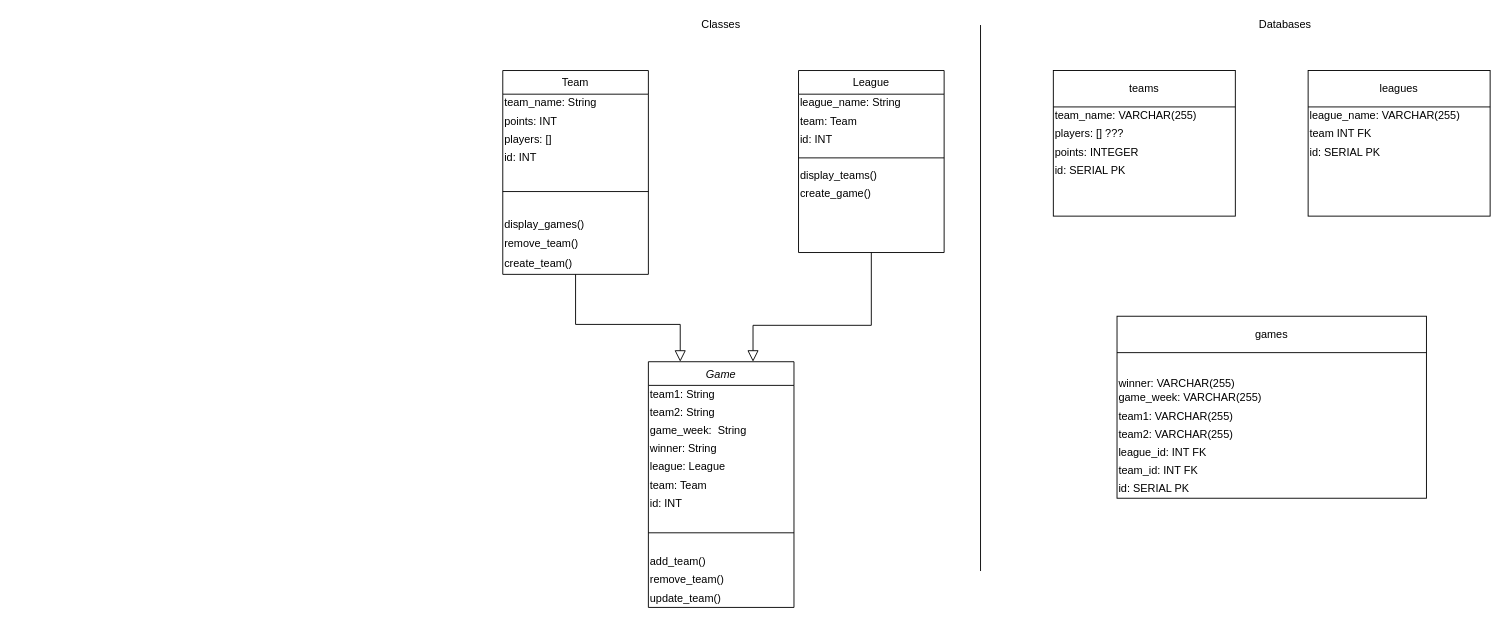
The draw.io diagram diagrams_and_templates/classes_databases_diagram.drawio in ckite82/solo_project_sports_score_app, before the edit. Source tidied: cells renumbered, new cells numbered last; positions are measured from the earlier drawing's top-left corner, leaving out a move shared by most shapes. Both pictures are drawn from the tidied source at 91%, with x=0, y=0 at pixel (502, 15).
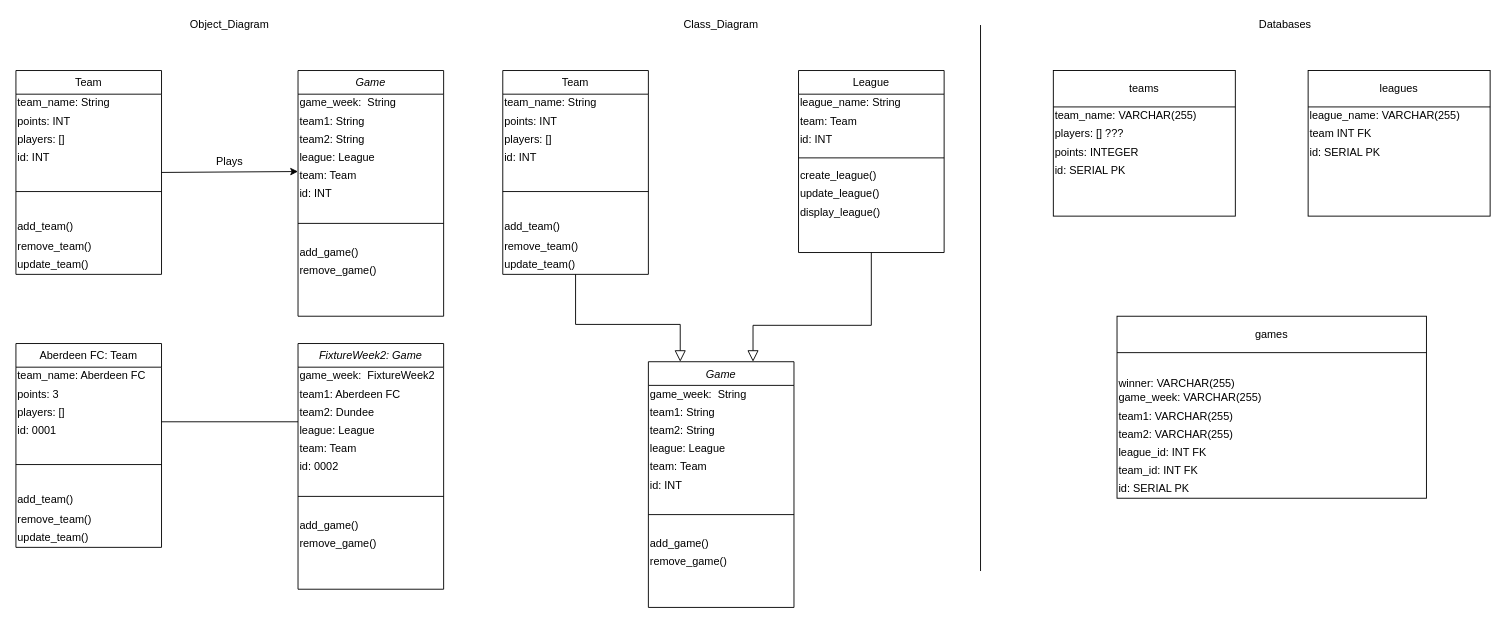
After the change.

The change refers to these unchanged cells:
```xml
<mxCell id="15" value="Team" style="swimlane;fontStyle=0;align=center;verticalAlign=top;horizontal=1;startSize=26;rounded=0;shadow=0;strokeWidth=1;" parent="1" vertex="1">
  <mxGeometry y="60" width="160" height="224" as="geometry" />
</mxCell>
<mxCell id="24" value="Game" style="swimlane;fontStyle=2;align=center;verticalAlign=top;horizontal=1;startSize=26;rounded=0;shadow=0;strokeWidth=1;" parent="1" vertex="1">
  <mxGeometry x="160" y="380" width="160" height="270" as="geometry" />
</mxCell>
<mxCell id="46" value="League" style="swimlane;fontStyle=0;align=center;verticalAlign=top;horizontal=1;startSize=26;rounded=0;shadow=0;strokeWidth=1;" parent="1" vertex="1">
  <mxGeometry x="325" y="60" width="160" height="200" as="geometry" />
</mxCell>
```

Change to the diagram source:
```diff
@@
-    <mxCell id="5" value="Classes" style="text;html=1;strokeColor=none;fillColor=none;align=center;verticalAlign=middle;whiteSpace=wrap;rounded=0;" parent="1" vertex="1">
+    <mxCell id="5" value="Class_Diagram" style="text;html=1;strokeColor=none;fillColor=none;align=center;verticalAlign=middle;whiteSpace=wrap;rounded=0;" parent="1" vertex="1">
       <mxGeometry x="165" width="150" height="20" as="geometry" />
     </mxCell>
@@
-    <mxCell id="21" value="display_games()" style="text;html=1;strokeColor=none;fillColor=none;align=left;verticalAlign=middle;whiteSpace=wrap;rounded=0;" parent="15" vertex="1">
-      <mxGeometry y="160" width="160" height="20" as="geometry" />
-    </mxCell>
-    <mxCell id="22" value="remove_team()" style="text;html=1;strokeColor=none;fillColor=none;align=left;verticalAlign=middle;whiteSpace=wrap;rounded=0;" parent="15" vertex="1">
-      <mxGeometry y="180" width="160" height="20" as="geometry" />
-    </mxCell>
-    <mxCell id="23" value="create_team()" style="text;html=1;strokeColor=none;fillColor=none;align=left;verticalAlign=middle;whiteSpace=wrap;rounded=0;" parent="15" vertex="1">
-      <mxGeometry y="200" width="160" height="24" as="geometry" />
-    </mxCell>
+    <mxCell id="58" value="add_team()" style="text;html=1;strokeColor=none;fillColor=none;align=left;verticalAlign=middle;whiteSpace=wrap;rounded=0;" parent="15" vertex="1">
+      <mxGeometry y="160" width="160" height="24" as="geometry" />
+    </mxCell>
+    <mxCell id="59" value="remove_team()" style="text;html=1;strokeColor=none;fillColor=none;align=left;verticalAlign=middle;whiteSpace=wrap;rounded=0;" parent="15" vertex="1">
+      <mxGeometry y="184" width="160" height="20" as="geometry" />
+    </mxCell>
+    <mxCell id="60" value="update_team()" style="text;html=1;strokeColor=none;fillColor=none;align=left;verticalAlign=middle;whiteSpace=wrap;rounded=0;" parent="15" vertex="1">
+      <mxGeometry y="204" width="160" height="20" as="geometry" />
+    </mxCell>
@@
+    <mxCell id="27" value="game_week:&amp;nbsp; String" style="text;html=1;align=left;verticalAlign=middle;whiteSpace=wrap;rounded=0;" parent="24" vertex="1">
+      <mxGeometry y="26" width="160" height="20" as="geometry" />
+    </mxCell>
     <mxCell id="25" value="team1: String" style="text;html=1;align=left;verticalAlign=middle;whiteSpace=wrap;rounded=0;" parent="24" vertex="1">
-      <mxGeometry y="26" width="160" height="20" as="geometry" />
+      <mxGeometry y="46" width="160" height="20" as="geometry" />
     </mxCell>
     <mxCell id="26" value="team2: String" style="text;html=1;align=left;verticalAlign=middle;whiteSpace=wrap;rounded=0;" parent="24" vertex="1">
-      <mxGeometry y="46" width="160" height="20" as="geometry" />
+      <mxGeometry y="66" width="160" height="20" as="geometry" />
     </mxCell>
-    <mxCell id="27" value="game_week:&amp;nbsp; String" style="text;html=1;align=left;verticalAlign=middle;whiteSpace=wrap;rounded=0;" parent="24" vertex="1">
-      <mxGeometry y="66" width="160" height="20" as="geometry" />
-    </mxCell>
-    <mxCell id="28" value="winner: String" style="text;html=1;align=left;verticalAlign=middle;whiteSpace=wrap;rounded=0;" parent="24" vertex="1">
-      <mxGeometry y="86" width="160" height="20" as="geometry" />
-    </mxCell>
     <mxCell id="29" value="league: League" style="text;html=1;strokeColor=none;fillColor=none;align=left;verticalAlign=middle;whiteSpace=wrap;rounded=0;" parent="24" vertex="1">
-      <mxGeometry y="106" width="160" height="20" as="geometry" />
+      <mxGeometry y="86" width="160" height="20" as="geometry" />
     </mxCell>
     <mxCell id="30" value="team: Team" style="text;html=1;strokeColor=none;fillColor=none;align=left;verticalAlign=middle;whiteSpace=wrap;rounded=0;" parent="24" vertex="1">
-      <mxGeometry y="126" width="160" height="20" as="geometry" />
+      <mxGeometry y="106" width="160" height="20" as="geometry" />
     </mxCell>
     <mxCell id="31" value="id: INT" style="text;html=1;strokeColor=none;fillColor=none;align=left;verticalAlign=middle;whiteSpace=wrap;rounded=0;" parent="24" vertex="1">
-      <mxGeometry y="146" width="160" height="20" as="geometry" />
+      <mxGeometry y="126" width="160" height="20" as="geometry" />
     </mxCell>
     <mxCell id="32" style="line;html=1;strokeWidth=1;align=left;verticalAlign=middle;spacingTop=-1;spacingLeft=3;spacingRight=3;labelPosition=right;" parent="24" vertex="1">
-      <mxGeometry y="166" width="160" height="44" as="geometry" />
+      <mxGeometry y="146" width="160" height="44" as="geometry" />
     </mxCell>
-    <mxCell id="33" value="add_team()" style="text;html=1;strokeColor=none;fillColor=none;align=left;verticalAlign=middle;whiteSpace=wrap;rounded=0;" parent="24" vertex="1">
-      <mxGeometry y="210" width="160" height="20" as="geometry" />
-    </mxCell>
-    <mxCell id="34" value="remove_team()" style="text;html=1;strokeColor=none;fillColor=none;align=left;verticalAlign=middle;whiteSpace=wrap;rounded=0;" parent="24" vertex="1">
-      <mxGeometry y="230" width="160" height="20" as="geometry" />
-    </mxCell>
-    <mxCell id="35" value="update_team()" style="text;html=1;strokeColor=none;fillColor=none;align=left;verticalAlign=middle;whiteSpace=wrap;rounded=0;" parent="24" vertex="1">
-      <mxGeometry y="250" width="160" height="20" as="geometry" />
-    </mxCell>
+    <mxCell id="61" value="add_game()" style="text;html=1;strokeColor=none;fillColor=none;align=left;verticalAlign=middle;whiteSpace=wrap;rounded=0;" parent="24" vertex="1">
+      <mxGeometry y="190" width="160" height="20" as="geometry" />
+    </mxCell>
+    <mxCell id="62" value="remove_game()" style="text;html=1;strokeColor=none;fillColor=none;align=left;verticalAlign=middle;whiteSpace=wrap;rounded=0;" parent="24" vertex="1">
+      <mxGeometry y="210" width="160" height="20" as="geometry" />
+    </mxCell>
@@
+    <mxCell id="52" value="create_league()" style="text;html=1;strokeColor=none;fillColor=none;align=left;verticalAlign=middle;whiteSpace=wrap;rounded=0;" parent="46" vertex="1">
+      <mxGeometry y="106" width="160" height="20" as="geometry" />
+    </mxCell>
+    <mxCell id="63" value="update_league()" style="text;html=1;strokeColor=none;fillColor=none;align=left;verticalAlign=middle;whiteSpace=wrap;rounded=0;" parent="46" vertex="1">
+      <mxGeometry y="126" width="160" height="20" as="geometry" />
+    </mxCell>
-    <mxCell id="51" value="display_teams()" style="text;html=1;strokeColor=none;fillColor=none;align=left;verticalAlign=middle;whiteSpace=wrap;rounded=0;" parent="46" vertex="1">
-      <mxGeometry y="106" width="160" height="20" as="geometry" />
+    <mxCell id="51" value="display_league()" style="text;html=1;strokeColor=none;fillColor=none;align=left;verticalAlign=middle;whiteSpace=wrap;rounded=0;" parent="46" vertex="1">
+      <mxGeometry y="146" width="160" height="20" as="geometry" />
     </mxCell>
-    <mxCell id="52" value="create_game()" style="text;html=1;strokeColor=none;fillColor=none;align=left;verticalAlign=middle;whiteSpace=wrap;rounded=0;" parent="46" vertex="1">
-      <mxGeometry y="126" width="160" height="20" as="geometry" />
-    </mxCell>
@@
+    <mxCell id="64" value="Team" style="swimlane;fontStyle=0;align=center;verticalAlign=top;horizontal=1;startSize=26;rounded=0;shadow=0;strokeWidth=1;" parent="1" vertex="1">
+      <mxGeometry x="-535" y="60" width="160" height="224" as="geometry" />
+    </mxCell>
+    <mxCell id="65" value="team_name: String" style="text;html=1;strokeColor=none;fillColor=none;align=left;verticalAlign=middle;whiteSpace=wrap;rounded=0;" parent="64" vertex="1">
+      <mxGeometry y="26" width="160" height="20" as="geometry" />
+    </mxCell>
+    <mxCell id="66" value="points: INT" style="text;html=1;strokeColor=none;fillColor=none;align=left;verticalAlign=middle;whiteSpace=wrap;rounded=0;" parent="64" vertex="1">
+      <mxGeometry y="46" width="160" height="20" as="geometry" />
+    </mxCell>
+    <mxCell id="67" value="players: []" style="text;html=1;strokeColor=none;fillColor=none;align=left;verticalAlign=middle;whiteSpace=wrap;rounded=0;" parent="64" vertex="1">
+      <mxGeometry y="66" width="160" height="20" as="geometry" />
+    </mxCell>
+    <mxCell id="68" value="id: INT" style="text;html=1;strokeColor=none;fillColor=none;align=left;verticalAlign=middle;whiteSpace=wrap;rounded=0;" parent="64" vertex="1">
+      <mxGeometry y="86" width="160" height="20" as="geometry" />
+    </mxCell>
+    <mxCell id="69" style="line;html=1;strokeWidth=1;align=left;verticalAlign=middle;spacingTop=-1;spacingLeft=3;spacingRight=3;labelPosition=right;" parent="64" vertex="1">
+      <mxGeometry y="106" width="160" height="54" as="geometry" />
+    </mxCell>
+    <mxCell id="70" value="add_team()" style="text;html=1;strokeColor=none;fillColor=none;align=left;verticalAlign=middle;whiteSpace=wrap;rounded=0;" parent="64" vertex="1">
+      <mxGeometry y="160" width="160" height="24" as="geometry" />
+    </mxCell>
+    <mxCell id="71" value="remove_team()" style="text;html=1;strokeColor=none;fillColor=none;align=left;verticalAlign=middle;whiteSpace=wrap;rounded=0;" parent="64" vertex="1">
+      <mxGeometry y="184" width="160" height="20" as="geometry" />
+    </mxCell>
+    <mxCell id="72" value="update_team()" style="text;html=1;strokeColor=none;fillColor=none;align=left;verticalAlign=middle;whiteSpace=wrap;rounded=0;" parent="64" vertex="1">
+      <mxGeometry y="204" width="160" height="20" as="geometry" />
+    </mxCell>
+    <mxCell id="73" value="Game" style="swimlane;fontStyle=2;align=center;verticalAlign=top;horizontal=1;startSize=26;rounded=0;shadow=0;strokeWidth=1;" parent="1" vertex="1">
+      <mxGeometry x="-225" y="60" width="160" height="270" as="geometry" />
+    </mxCell>
+    <mxCell id="74" value="game_week:&amp;nbsp; String" style="text;html=1;align=left;verticalAlign=middle;whiteSpace=wrap;rounded=0;" parent="73" vertex="1">
+      <mxGeometry y="26" width="160" height="20" as="geometry" />
+    </mxCell>
+    <mxCell id="75" value="team1: String" style="text;html=1;align=left;verticalAlign=middle;whiteSpace=wrap;rounded=0;" parent="73" vertex="1">
+      <mxGeometry y="46" width="160" height="20" as="geometry" />
+    </mxCell>
+    <mxCell id="76" value="team2: String" style="text;html=1;align=left;verticalAlign=middle;whiteSpace=wrap;rounded=0;" parent="73" vertex="1">
+      <mxGeometry y="66" width="160" height="20" as="geometry" />
+    </mxCell>
+    <mxCell id="77" value="league: League" style="text;html=1;strokeColor=none;fillColor=none;align=left;verticalAlign=middle;whiteSpace=wrap;rounded=0;" parent="73" vertex="1">
+      <mxGeometry y="86" width="160" height="20" as="geometry" />
+    </mxCell>
+    <mxCell id="78" value="team: Team" style="text;html=1;strokeColor=none;fillColor=none;align=left;verticalAlign=middle;whiteSpace=wrap;rounded=0;" parent="73" vertex="1">
+      <mxGeometry y="106" width="160" height="20" as="geometry" />
+    </mxCell>
+    <mxCell id="79" value="id: INT" style="text;html=1;strokeColor=none;fillColor=none;align=left;verticalAlign=middle;whiteSpace=wrap;rounded=0;" parent="73" vertex="1">
+      <mxGeometry y="126" width="160" height="20" as="geometry" />
+    </mxCell>
+    <mxCell id="80" style="line;html=1;strokeWidth=1;align=left;verticalAlign=middle;spacingTop=-1;spacingLeft=3;spacingRight=3;labelPosition=right;" parent="73" vertex="1">
+      <mxGeometry y="146" width="160" height="44" as="geometry" />
+    </mxCell>
+    <mxCell id="81" value="add_game()" style="text;html=1;strokeColor=none;fillColor=none;align=left;verticalAlign=middle;whiteSpace=wrap;rounded=0;" parent="73" vertex="1">
+      <mxGeometry y="190" width="160" height="20" as="geometry" />
+    </mxCell>
+    <mxCell id="82" value="remove_game()" style="text;html=1;strokeColor=none;fillColor=none;align=left;verticalAlign=middle;whiteSpace=wrap;rounded=0;" parent="73" vertex="1">
+      <mxGeometry y="210" width="160" height="20" as="geometry" />
+    </mxCell>
+    <mxCell id="83" value="Object_Diagram" style="text;html=1;strokeColor=none;fillColor=none;align=center;verticalAlign=middle;whiteSpace=wrap;rounded=0;" parent="1" vertex="1">
+      <mxGeometry x="-365" width="130" height="20" as="geometry" />
+    </mxCell>
+    <mxCell id="84" value="Aberdeen FC: Team" style="swimlane;fontStyle=0;align=center;verticalAlign=top;horizontal=1;startSize=26;rounded=0;shadow=0;strokeWidth=1;" parent="1" vertex="1">
+      <mxGeometry x="-535" y="360" width="160" height="224" as="geometry" />
+    </mxCell>
+    <mxCell id="85" value="team_name: Aberdeen FC" style="text;html=1;strokeColor=none;fillColor=none;align=left;verticalAlign=middle;whiteSpace=wrap;rounded=0;" parent="84" vertex="1">
+      <mxGeometry y="26" width="160" height="20" as="geometry" />
+    </mxCell>
+    <mxCell id="86" value="points: 3" style="text;html=1;strokeColor=none;fillColor=none;align=left;verticalAlign=middle;whiteSpace=wrap;rounded=0;" parent="84" vertex="1">
+      <mxGeometry y="46" width="160" height="20" as="geometry" />
+    </mxCell>
+    <mxCell id="87" value="players: []" style="text;html=1;strokeColor=none;fillColor=none;align=left;verticalAlign=middle;whiteSpace=wrap;rounded=0;" parent="84" vertex="1">
+      <mxGeometry y="66" width="160" height="20" as="geometry" />
+    </mxCell>
+    <mxCell id="88" value="id: 0001" style="text;html=1;strokeColor=none;fillColor=none;align=left;verticalAlign=middle;whiteSpace=wrap;rounded=0;" parent="84" vertex="1">
+      <mxGeometry y="86" width="160" height="20" as="geometry" />
+    </mxCell>
+    <mxCell id="89" style="line;html=1;strokeWidth=1;align=left;verticalAlign=middle;spacingTop=-1;spacingLeft=3;spacingRight=3;labelPosition=right;" parent="84" vertex="1">
+      <mxGeometry y="106" width="160" height="54" as="geometry" />
+    </mxCell>
+    <mxCell id="90" value="add_team()" style="text;html=1;strokeColor=none;fillColor=none;align=left;verticalAlign=middle;whiteSpace=wrap;rounded=0;" parent="84" vertex="1">
+      <mxGeometry y="160" width="160" height="24" as="geometry" />
+    </mxCell>
+    <mxCell id="91" value="remove_team()" style="text;html=1;strokeColor=none;fillColor=none;align=left;verticalAlign=middle;whiteSpace=wrap;rounded=0;" parent="84" vertex="1">
+      <mxGeometry y="184" width="160" height="20" as="geometry" />
+    </mxCell>
+    <mxCell id="92" value="update_team()" style="text;html=1;strokeColor=none;fillColor=none;align=left;verticalAlign=middle;whiteSpace=wrap;rounded=0;" parent="84" vertex="1">
+      <mxGeometry y="204" width="160" height="20" as="geometry" />
+    </mxCell>
+    <mxCell id="93" value="FixtureWeek2: Game" style="swimlane;fontStyle=2;align=center;verticalAlign=top;horizontal=1;startSize=26;rounded=0;shadow=0;strokeWidth=1;" parent="1" vertex="1">
+      <mxGeometry x="-225" y="360" width="160" height="270" as="geometry" />
+    </mxCell>
+    <mxCell id="94" value="game_week:&amp;nbsp; FixtureWeek2" style="text;html=1;align=left;verticalAlign=middle;whiteSpace=wrap;rounded=0;" parent="93" vertex="1">
+      <mxGeometry y="26" width="160" height="20" as="geometry" />
+    </mxCell>
+    <mxCell id="95" value="team1: Aberdeen FC" style="text;html=1;align=left;verticalAlign=middle;whiteSpace=wrap;rounded=0;" parent="93" vertex="1">
+      <mxGeometry y="46" width="160" height="20" as="geometry" />
+    </mxCell>
+    <mxCell id="96" value="team2: Dundee" style="text;html=1;align=left;verticalAlign=middle;whiteSpace=wrap;rounded=0;" parent="93" vertex="1">
+      <mxGeometry y="66" width="160" height="20" as="geometry" />
+    </mxCell>
+    <mxCell id="97" value="league: League" style="text;html=1;strokeColor=none;fillColor=none;align=left;verticalAlign=middle;whiteSpace=wrap;rounded=0;" parent="93" vertex="1">
+      <mxGeometry y="86" width="160" height="20" as="geometry" />
+    </mxCell>
+    <mxCell id="98" value="team: Team" style="text;html=1;strokeColor=none;fillColor=none;align=left;verticalAlign=middle;whiteSpace=wrap;rounded=0;" parent="93" vertex="1">
+      <mxGeometry y="106" width="160" height="20" as="geometry" />
+    </mxCell>
+    <mxCell id="99" value="id: 0002" style="text;html=1;strokeColor=none;fillColor=none;align=left;verticalAlign=middle;whiteSpace=wrap;rounded=0;" parent="93" vertex="1">
+      <mxGeometry y="126" width="160" height="20" as="geometry" />
+    </mxCell>
+    <mxCell id="100" style="line;html=1;strokeWidth=1;align=left;verticalAlign=middle;spacingTop=-1;spacingLeft=3;spacingRight=3;labelPosition=right;" parent="93" vertex="1">
+      <mxGeometry y="146" width="160" height="44" as="geometry" />
+    </mxCell>
+    <mxCell id="101" value="add_game()" style="text;html=1;strokeColor=none;fillColor=none;align=left;verticalAlign=middle;whiteSpace=wrap;rounded=0;" parent="93" vertex="1">
+      <mxGeometry y="190" width="160" height="20" as="geometry" />
+    </mxCell>
+    <mxCell id="102" value="remove_game()" style="text;html=1;strokeColor=none;fillColor=none;align=left;verticalAlign=middle;whiteSpace=wrap;rounded=0;" parent="93" vertex="1">
+      <mxGeometry y="210" width="160" height="20" as="geometry" />
+    </mxCell>
+    <mxCell id="103" style="endArrow=classic;html=1;exitX=1;exitY=0.5;exitDx=0;exitDy=0;entryX=0;entryY=0.25;entryDx=0;entryDy=0;" parent="1" edge="1" source="64" target="78">
+      <mxGeometry relative="1" as="geometry" />
+    </mxCell>
+    <mxCell id="104" value="Plays" style="text;html=1;strokeColor=none;fillColor=none;align=center;verticalAlign=middle;whiteSpace=wrap;rounded=0;" parent="1" vertex="1">
+      <mxGeometry x="-345" y="150" width="90" height="20" as="geometry" />
+    </mxCell>
+    <mxCell id="105" style="endArrow=none;html=1;exitX=1;exitY=0;exitDx=0;exitDy=0;entryX=0;entryY=1;entryDx=0;entryDy=0;" parent="1" edge="1" source="88" target="96">
+      <mxGeometry relative="1" as="geometry" />
+    </mxCell>
```
